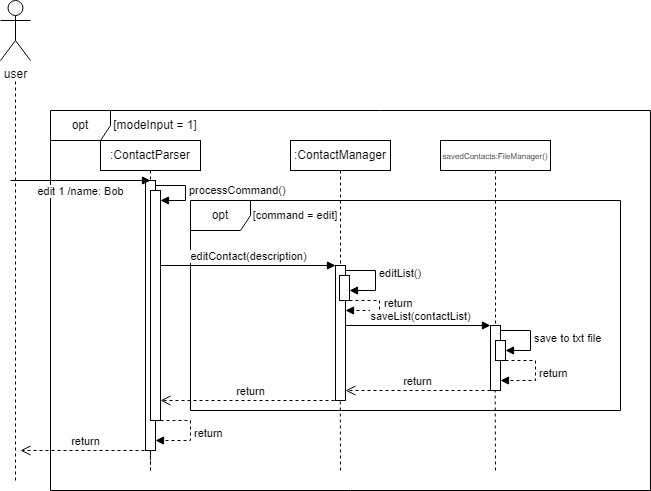
The draw.io diagram docs/Images(DG)/EditContact.drawio.png in parasytezz/tp, before a commit. Source tidied: cells renumbered, new cells last; positions are measured from the earlier drawing's top-left corner, leaving out a move shared by most shapes.
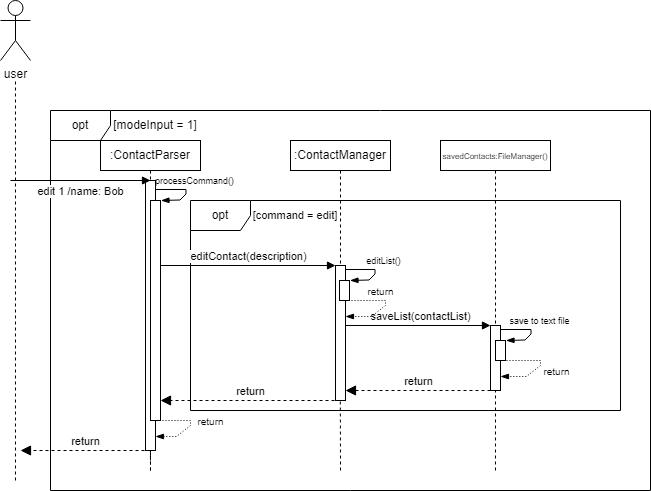
Above is the later version.

The edit, as a diff of the source:
```diff
@@ -2,16 +2,42 @@
   <root>
     <mxCell id="0" />
     <mxCell id="1" parent="0" />
+    <mxCell id="33" value="&lt;font style=&quot;font-size: 9px;&quot;&gt;save to text file&lt;/font&gt;" style="html=1;verticalAlign=bottom;endArrow=blockThin;curved=0;rounded=0;endFill=1;" parent="1" edge="1">
+      <mxGeometry x="0.05" y="8" relative="1" as="geometry">
+        <mxPoint x="495" y="329" as="sourcePoint" />
+        <mxPoint x="505.5" y="340" as="targetPoint" />
+        <Array as="points">
+          <mxPoint x="515.5" y="329" />
+          <mxPoint x="530.5" y="329" />
+          <mxPoint x="530.5" y="333.5" />
+          <mxPoint x="524.5" y="339.5" />
+        </Array>
+      </mxGeometry>
+    </mxCell>
-    <mxCell id="2" value="editList()" style="html=1;align=left;spacingLeft=2;endArrow=block;rounded=0;edgeStyle=orthogonalEdgeStyle;curved=0;rounded=0;" parent="1" edge="1" target="22">
-      <mxGeometry relative="1" as="geometry">
-        <mxPoint x="345" y="280" as="sourcePoint" />
+    <mxCell id="2" value="&lt;font style=&quot;font-size: 9px;&quot;&gt;editList()&lt;/font&gt;" style="html=1;verticalAlign=bottom;endArrow=blockThin;curved=0;rounded=0;endFill=1;" parent="1" edge="1">
+      <mxGeometry x="0.05" y="8" relative="1" as="geometry">
+        <mxPoint x="339" y="269" as="sourcePoint" />
+        <mxPoint x="349.5" y="280" as="targetPoint" />
         <Array as="points">
-          <mxPoint x="345" y="270" />
-          <mxPoint x="375" y="270" />
-          <mxPoint x="375" y="290" />
+          <mxPoint x="359.5" y="269" />
+          <mxPoint x="374.5" y="269" />
+          <mxPoint x="374.5" y="273.5" />
+          <mxPoint x="368.5" y="279.5" />
         </Array>
       </mxGeometry>
     </mxCell>
+    <mxCell id="14" value="&lt;font style=&quot;font-size: 9px;&quot;&gt;processCommand()&lt;/font&gt;" style="html=1;verticalAlign=bottom;endArrow=blockThin;curved=0;rounded=0;endFill=1;" parent="1" edge="1">
+      <mxGeometry x="0.05" y="8" relative="1" as="geometry">
+        <mxPoint x="150" y="189" as="sourcePoint" />
+        <mxPoint x="160.5" y="200" as="targetPoint" />
+        <Array as="points">
+          <mxPoint x="170.5" y="189" />
+          <mxPoint x="185.5" y="189" />
+          <mxPoint x="185.5" y="193.5" />
+          <mxPoint x="179.5" y="199.5" />
+        </Array>
+      </mxGeometry>
+    </mxCell>
     <mxCell id="3" style="endArrow=none;dashed=1;html=1;rounded=0;" parent="1" edge="1" target="6">
       <mxGeometry relative="1" as="geometry">
         <mxPoint x="495" y="470" as="sourcePoint" />
@@ -54,18 +80,8 @@
       <mxGeometry x="45" y="40" width="10" height="270" as="geometry" />
     </mxCell>
     <mxCell id="13" style="html=1;points=[[0,0,0,0,5],[0,1,0,0,-5],[1,0,0,0,5],[1,1,0,0,-5]];perimeter=orthogonalPerimeter;outlineConnect=0;targetShapes=umlLifeline;portConstraint=eastwest;newEdgeStyle={&quot;curved&quot;:0,&quot;rounded&quot;:0};" parent="11" vertex="1">
-      <mxGeometry x="50" y="50" width="10" height="230" as="geometry" />
+      <mxGeometry x="50" y="60" width="10" height="220" as="geometry" />
     </mxCell>
-    <mxCell id="14" value="processCommand()" style="html=1;align=left;spacingLeft=2;endArrow=block;rounded=0;edgeStyle=orthogonalEdgeStyle;curved=0;rounded=0;" parent="11" edge="1" target="13">
-      <mxGeometry relative="1" as="geometry">
-        <mxPoint x="55" y="45" as="sourcePoint" />
-        <Array as="points">
-          <mxPoint x="85" y="45" />
-          <mxPoint x="85" y="60" />
-          <mxPoint x="55" y="60" />
-        </Array>
-      </mxGeometry>
-    </mxCell>
     <mxCell id="15" value=":ContactManager" style="shape=umlLifeline;perimeter=lifelinePerimeter;whiteSpace=wrap;html=1;newEdgeStyle={&quot;curved&quot;:0,&quot;rounded&quot;:0};size=30;" parent="1" vertex="1">
       <mxGeometry x="290" y="140" width="100" height="210" as="geometry" />
     </mxCell>
@@ -93,17 +109,8 @@
       <mxGeometry x="245" y="200" width="100" height="30" as="geometry" />
     </mxCell>
     <mxCell id="22" style="html=1;points=[[0,0,0,0,5],[0,1,0,0,-5],[1,0,0,0,5],[1,1,0,0,-5]];perimeter=orthogonalPerimeter;outlineConnect=0;targetShapes=umlLifeline;portConstraint=eastwest;newEdgeStyle={&quot;curved&quot;:0,&quot;rounded&quot;:0};" parent="1" vertex="1">
-      <mxGeometry x="339" y="275" width="10" height="25" as="geometry" />
+      <mxGeometry x="339" y="280" width="10" height="20" as="geometry" />
     </mxCell>
-    <mxCell id="23" value="return&lt;br&gt;" style="html=1;align=left;spacingLeft=2;endArrow=block;rounded=0;edgeStyle=orthogonalEdgeStyle;curved=0;rounded=0;dashed=1;" parent="1" edge="1" target="16">
-      <mxGeometry x="-0.12" y="1" relative="1" as="geometry">
-        <mxPoint x="349" y="300" as="sourcePoint" />
-        <Array as="points">
-          <mxPoint x="379" y="300" />
-          <mxPoint x="379" y="310" />
-        </Array>
-      </mxGeometry>
-    </mxCell>
     <mxCell id="24" value="saveList(contactList)" style="html=1;verticalAlign=bottom;endArrow=block;curved=0;rounded=0;" parent="1" edge="1" target="7">
       <mxGeometry x="0.03" relative="1" as="geometry">
         <mxPoint x="345" y="325" as="sourcePoint" />
@@ -112,45 +119,17 @@
     <mxCell id="25" style="html=1;points=[[0,0,0,0,5],[0,1,0,0,-5],[1,0,0,0,5],[1,1,0,0,-5]];perimeter=orthogonalPerimeter;outlineConnect=0;targetShapes=umlLifeline;portConstraint=eastwest;newEdgeStyle={&quot;curved&quot;:0,&quot;rounded&quot;:0};" parent="1" vertex="1">
       <mxGeometry x="495" y="340" width="10" height="20" as="geometry" />
     </mxCell>
-    <mxCell id="26" value="save to txt file" style="html=1;align=left;spacingLeft=2;endArrow=block;rounded=0;edgeStyle=orthogonalEdgeStyle;curved=0;rounded=0;" parent="1" edge="1" target="25">
-      <mxGeometry relative="1" as="geometry">
-        <mxPoint x="500" y="330" as="sourcePoint" />
-        <Array as="points">
-          <mxPoint x="500" y="330" />
-          <mxPoint x="530" y="330" />
-          <mxPoint x="530" y="350" />
-        </Array>
-      </mxGeometry>
-    </mxCell>
-    <mxCell id="27" value="return&lt;br&gt;" style="html=1;align=left;spacingLeft=2;endArrow=block;rounded=0;edgeStyle=orthogonalEdgeStyle;curved=0;rounded=0;dashed=1;" parent="1" edge="1" target="7">
-      <mxGeometry relative="1" as="geometry">
-        <mxPoint x="505" y="360" as="sourcePoint" />
-        <Array as="points">
-          <mxPoint x="535" y="360" />
-          <mxPoint x="535" y="380" />
-        </Array>
-      </mxGeometry>
-    </mxCell>
-    <mxCell id="28" value="return" style="html=1;verticalAlign=bottom;endArrow=open;dashed=1;endSize=8;curved=0;rounded=0;" parent="1" edge="1" target="16">
+    <mxCell id="28" value="return" style="html=1;verticalAlign=bottom;endArrow=block;dashed=1;endSize=8;curved=0;rounded=0;endFill=1;" parent="1" edge="1" target="16">
       <mxGeometry relative="1" as="geometry">
         <mxPoint x="490" y="390" as="sourcePoint" />
       </mxGeometry>
     </mxCell>
-    <mxCell id="29" value="return" style="html=1;verticalAlign=bottom;endArrow=open;dashed=1;endSize=8;curved=0;rounded=0;" parent="1" edge="1" target="13">
+    <mxCell id="29" value="return" style="html=1;verticalAlign=bottom;endArrow=block;dashed=1;endSize=8;curved=0;rounded=0;endFill=1;" parent="1" edge="1" target="13">
       <mxGeometry relative="1" as="geometry">
         <mxPoint x="340" y="400" as="sourcePoint" />
       </mxGeometry>
     </mxCell>
-    <mxCell id="30" value="return" style="html=1;align=left;spacingLeft=2;endArrow=block;rounded=0;edgeStyle=orthogonalEdgeStyle;curved=0;rounded=0;dashed=1;" parent="1" edge="1" target="12">
-      <mxGeometry relative="1" as="geometry">
-        <mxPoint x="160" y="420" as="sourcePoint" />
-        <Array as="points">
-          <mxPoint x="190" y="420" />
-          <mxPoint x="190" y="440" />
-        </Array>
-      </mxGeometry>
-    </mxCell>
-    <mxCell id="31" value="return" style="html=1;verticalAlign=bottom;endArrow=open;dashed=1;endSize=8;curved=0;rounded=0;" parent="1" edge="1">
+    <mxCell id="31" value="return" style="html=1;verticalAlign=bottom;endArrow=block;dashed=1;endSize=8;curved=0;rounded=0;endFill=1;" parent="1" edge="1">
       <mxGeometry relative="1" as="geometry">
         <mxPoint x="150" y="450" as="sourcePoint" />
         <mxPoint x="20" y="450" as="targetPoint" />
@@ -162,5 +141,42 @@
         <mxPoint x="150" y="180" as="targetPoint" />
       </mxGeometry>
     </mxCell>
+    <mxCell id="34" value="&lt;font style=&quot;font-size: 10px;&quot;&gt;return&lt;/font&gt;" style="html=1;verticalAlign=bottom;endArrow=blockThin;curved=0;rounded=0;exitX=1;exitY=0;exitDx=0;exitDy=5;exitPerimeter=0;endFill=1;dashed=1;dashPattern=1 2;" parent="1" edge="1">
+      <mxGeometry x="-0.21" relative="1" as="geometry">
+        <mxPoint x="345" y="300" as="sourcePoint" />
+        <mxPoint x="345" y="316" as="targetPoint" />
+        <Array as="points">
+          <mxPoint x="360" y="300" />
+          <mxPoint x="385" y="300" />
+          <mxPoint x="385" y="305" />
+          <mxPoint x="371" y="316" />
+        </Array>
+      </mxGeometry>
+    </mxCell>
+    <mxCell id="35" value="&lt;font style=&quot;font-size: 10px;&quot;&gt;return&lt;/font&gt;" style="html=1;verticalAlign=bottom;endArrow=blockThin;curved=0;rounded=0;exitX=1;exitY=0;exitDx=0;exitDy=5;exitPerimeter=0;endFill=1;dashed=1;dashPattern=1 2;" parent="1" edge="1">
+      <mxGeometry x="0.01" y="22" relative="1" as="geometry">
+        <mxPoint x="500" y="360" as="sourcePoint" />
+        <mxPoint x="500" y="376" as="targetPoint" />
+        <Array as="points">
+          <mxPoint x="515" y="360" />
+          <mxPoint x="540" y="360" />
+          <mxPoint x="540" y="365" />
+          <mxPoint x="526" y="376" />
+        </Array>
+        <mxPoint x="2" y="-2" as="offset" />
+      </mxGeometry>
+    </mxCell>
+    <mxCell id="36" value="&lt;font style=&quot;font-size: 10px;&quot;&gt;return&lt;/font&gt;" style="html=1;verticalAlign=bottom;endArrow=blockThin;curved=0;rounded=0;exitX=1;exitY=0;exitDx=0;exitDy=5;exitPerimeter=0;endFill=1;dashed=1;dashPattern=1 2;" parent="1" edge="1" target="12">
+      <mxGeometry x="0.07" y="21" relative="1" as="geometry">
+        <mxPoint x="150" y="420" as="sourcePoint" />
+        <Array as="points">
+          <mxPoint x="165" y="420" />
+          <mxPoint x="190" y="420" />
+          <mxPoint x="190" y="425" />
+          <mxPoint x="176" y="436" />
+        </Array>
+        <mxPoint x="7" y="-12" as="offset" />
+      </mxGeometry>
+    </mxCell>
   </root>
 </mxGraphModel>
```
